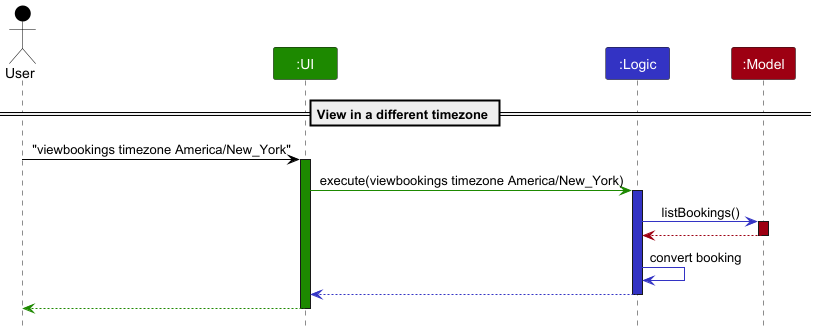
This is docs/images/TimeZoneViewDiffTimezoneSequence.png from tathan08/tp, a PlantUML export, as it was before one commit.
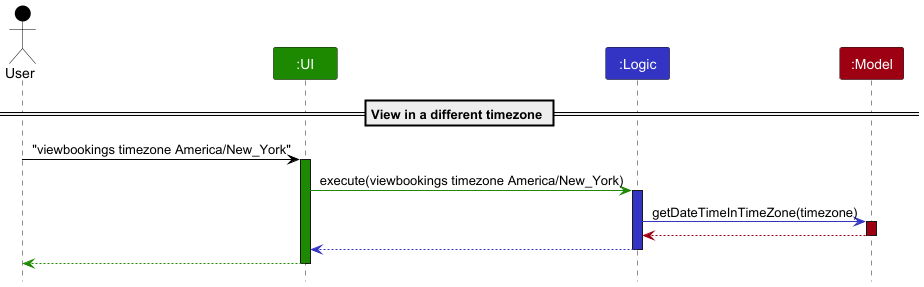
Later version of the same file.

Commit message:
Update UML for proposed features

The edit, as a diff of the source:
```diff
@@ -17,12 +17,11 @@
 ui -[UI_COLOR]> logic : execute(viewbookings timezone America/New_York)
 activate logic LOGIC_COLOR
 
-logic -[LOGIC_COLOR]> model : listBookings()
+logic -[LOGIC_COLOR]> model : getDateTimeInTimeZone(timezone)
 activate model MODEL_COLOR
 model -[MODEL_COLOR]-> logic :
 deactivate model
 
-logic -[LOGIC_COLOR]> logic : convert booking
 logic --[LOGIC_COLOR]> ui :
 deactivate logic
 
```
